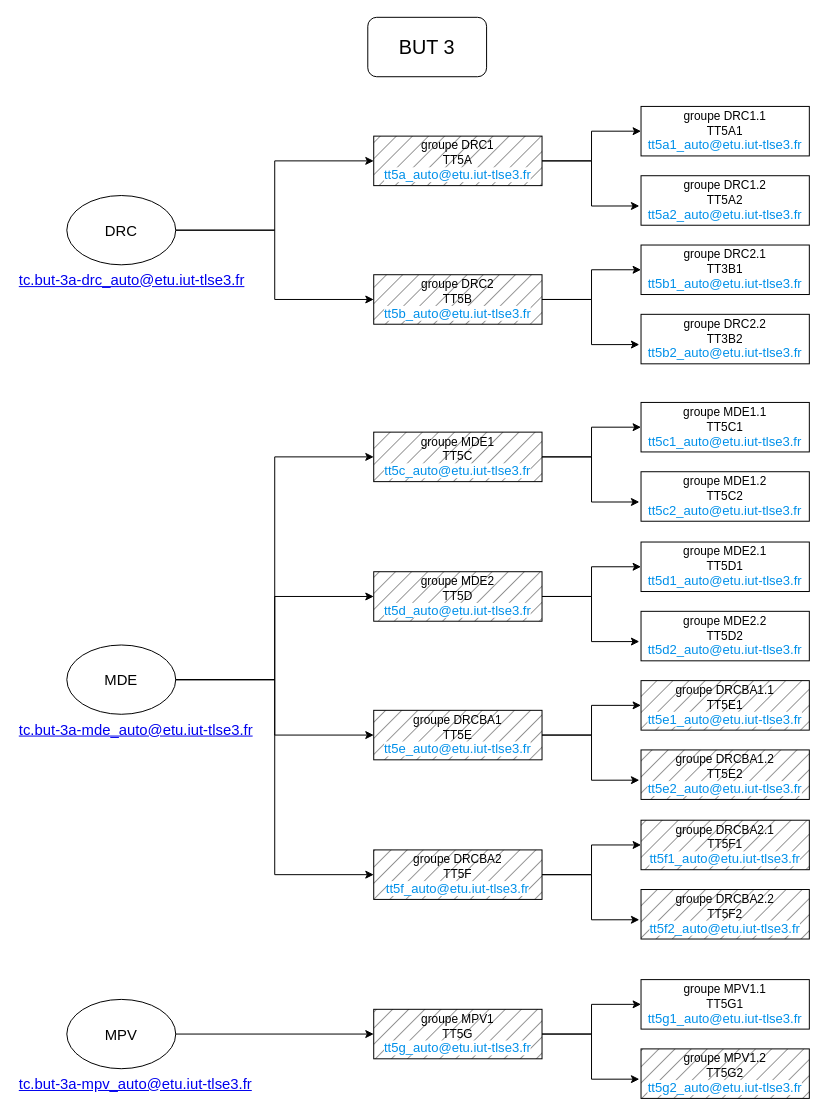
Before: BUT3.drawio in gI7DUmmY/diagrams, a draw.io diagram. Source tidied: cells renumbered, new cells numbered last; positions are measured from the earlier drawing's top-left corner, leaving out a move shared by most shapes. Both pictures are drawn from the tidied source at 99%, with x=0, y=0 at pixel (17, 17).
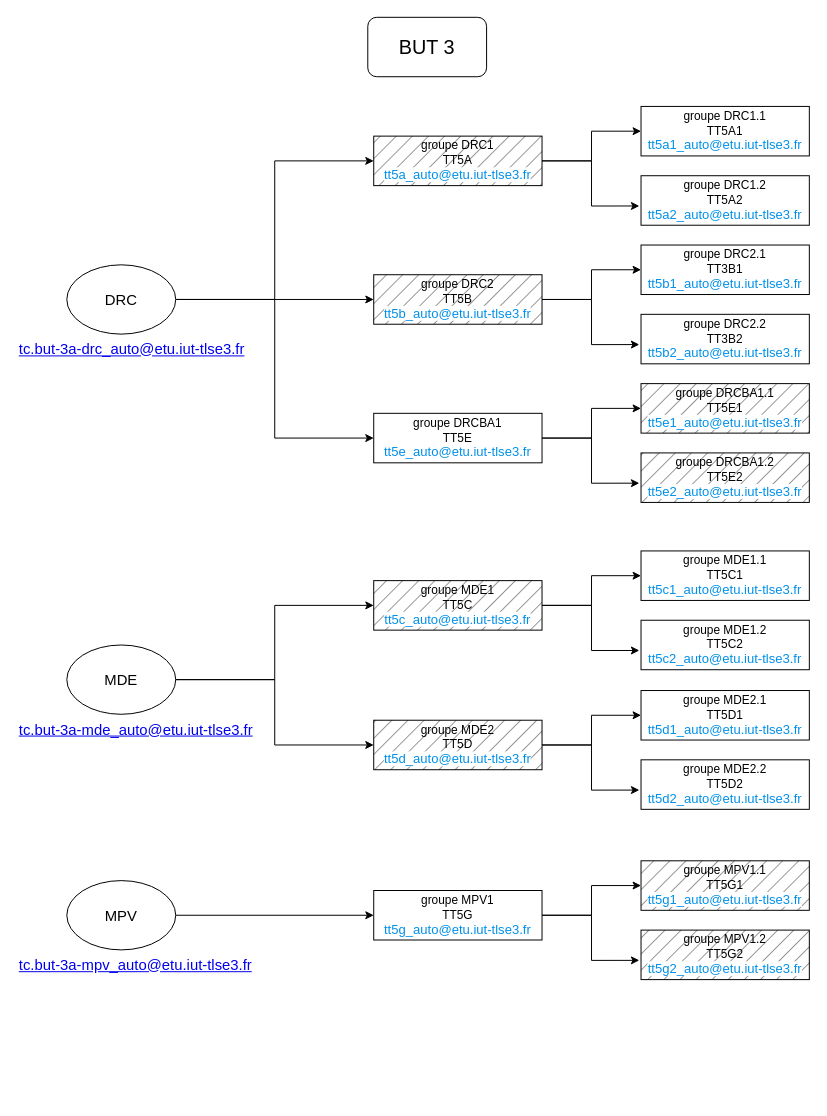
After the change.

Commit message (it also covers changes not shown here):
Mettre à jour BUT3.drawio

The change refers to these unchanged cells:
```xml
<mxCell id="8" value="MDE" style="ellipse;whiteSpace=wrap;html=1;fontSize=15;" parent="1" vertex="1">
  <mxGeometry x="50" y="634" width="110" height="70" as="geometry" />
</mxCell>
```

Diff of the diagram source:
```diff
@@
+    <mxCell id="51" style="edgeStyle=orthogonalEdgeStyle;rounded=0;jettySize=auto;html=1;exitX=1;exitY=0.5;exitDx=0;exitDy=0;entryX=0;entryY=0.5;entryDx=0;entryDy=0;" parent="1" edge="1" source="5" target="42">
+      <mxGeometry relative="1" as="geometry" />
+    </mxCell>
     <mxCell id="5" value="DRC" style="ellipse;whiteSpace=wrap;html=1;fontSize=15;" parent="1" vertex="1">
-      <mxGeometry x="50" y="180" width="110" height="70" as="geometry" />
+      <mxGeometry x="50" y="250" width="110" height="70" as="geometry" />
     </mxCell>
@@
-    <mxCell id="7" style="edgeStyle=orthogonalEdgeStyle;rounded=0;jettySize=auto;html=1;exitX=1;exitY=0.5;exitDx=0;exitDy=0;entryX=0;entryY=0.5;entryDx=0;entryDy=0;" parent="1" edge="1" source="8" target="47">
-      <mxGeometry relative="1" as="geometry" />
-    </mxCell>
@@
     <mxCell id="10" value="MPV" style="ellipse;whiteSpace=wrap;html=1;fontSize=15;" parent="1" vertex="1">
-      <mxGeometry x="50" y="992" width="110" height="70" as="geometry" />
+      <mxGeometry x="50" y="872" width="110" height="70" as="geometry" />
     </mxCell>
     <mxCell id="11" value="&lt;a href=&quot;mailto:tc.but-3a-drc_auto@etu.iut-tlse3.fr&quot;&gt;tc.but-3a-drc_auto@etu.iut-tlse3.fr&lt;/a&gt;" style="text;html=1;strokeColor=none;fillColor=none;align=left;verticalAlign=middle;whiteSpace=wrap;rounded=0;fontSize=15;fontColor=#055AB2;" parent="1" vertex="1">
-      <mxGeometry y="250" width="240" height="30" as="geometry" />
+      <mxGeometry y="320" width="240" height="30" as="geometry" />
     </mxCell>
     <mxCell id="12" value="&lt;a href=&quot;mailto:tc.but-3a-mpv_auto@etu.iut-tlse3.fr&quot;&gt;tc.but-3a-mpv_auto@etu.iut-tlse3.fr&lt;/a&gt;" style="text;html=1;strokeColor=none;fillColor=none;align=left;verticalAlign=middle;whiteSpace=wrap;rounded=0;fontSize=15;fontColor=#055AB2;" parent="1" vertex="1">
-      <mxGeometry y="1062" width="250" height="30" as="geometry" />
+      <mxGeometry y="942" width="250" height="30" as="geometry" />
     </mxCell>
@@
     <mxCell id="25" value="groupe MDE1&lt;br style=&quot;border-color: var(--border-color);&quot;&gt;TT5C&lt;br style=&quot;border-color: var(--border-color);&quot;&gt;&lt;a style=&quot;border: 0px; box-sizing: inherit; font-family: Raleway, sans-serif; font-size: 1.1em; background-color: rgb(255, 255, 255); line-height: inherit; color: rgb(0, 144, 233); text-decoration-line: none; cursor: pointer; margin: 0px; padding: 0px; text-size-adjust: 100%; font-variant-numeric: inherit; font-variant-east-asian: inherit; font-variant-alternates: inherit; font-variant-position: inherit; font-stretch: inherit; font-optical-sizing: inherit; font-kerning: inherit; font-feature-settings: inherit; font-variation-settings: inherit; vertical-align: baseline; transition: background-color 300ms ease-out; -webkit-tap-highlight-color: rgba(0, 0, 0, 0); text-align: left;&quot; href=&quot;mailto:tt5c_auto@etu.iut-tlse3.fr&quot;&gt;tt5c_auto@etu.iut-tlse3.fr&lt;/a&gt;" style="rounded=0;whiteSpace=wrap;html=1;fillStyle=hatch;fillColor=#747474;" parent="1" vertex="1">
-      <mxGeometry x="360" y="419" width="170" height="50" as="geometry" />
+      <mxGeometry x="360" y="569" width="170" height="50" as="geometry" />
     </mxCell>
     <mxCell id="26" value="groupe MDE1.1&lt;br style=&quot;border-color: var(--border-color);&quot;&gt;TT5C1&lt;br style=&quot;border-color: var(--border-color);&quot;&gt;&lt;a href=&quot;mailto:tt5c1_auto@etu.iut-tlse3.fr&quot; style=&quot;box-sizing: inherit; font-family: Raleway, sans-serif; font-size: 1.1em; background-color: rgb(255, 255, 255); line-height: inherit; color: rgb(0, 144, 233); text-decoration-line: none; cursor: pointer; margin: 0px; padding: 0px; border: 0px; text-size-adjust: 100%; font-variant-numeric: inherit; font-variant-east-asian: inherit; font-variant-alternates: inherit; font-variant-position: inherit; font-stretch: inherit; font-optical-sizing: inherit; font-kerning: inherit; font-feature-settings: inherit; font-variation-settings: inherit; vertical-align: baseline; transition: background-color 300ms ease-out; -webkit-tap-highlight-color: rgba(0, 0, 0, 0); text-align: left;&quot;&gt;tt5c1_auto@etu.iut-tlse3.fr&lt;/a&gt;" style="rounded=0;whiteSpace=wrap;html=1;" parent="1" vertex="1">
-      <mxGeometry x="630" y="389" width="170" height="50" as="geometry" />
+      <mxGeometry x="630" y="539" width="170" height="50" as="geometry" />
     </mxCell>
     <mxCell id="27" value="groupe MDE1.2&lt;br style=&quot;border-color: var(--border-color);&quot;&gt;TT5C2&lt;br style=&quot;border-color: var(--border-color);&quot;&gt;&lt;a style=&quot;box-sizing: inherit; font-family: Raleway, sans-serif; font-size: 1.1em; background-color: rgb(255, 255, 255); line-height: inherit; color: rgb(0, 144, 233); text-decoration-line: none; cursor: pointer; margin: 0px; padding: 0px; border: 0px; text-size-adjust: 100%; font-variant-numeric: inherit; font-variant-east-asian: inherit; font-variant-alternates: inherit; font-variant-position: inherit; font-stretch: inherit; font-optical-sizing: inherit; font-kerning: inherit; font-feature-settings: inherit; font-variation-settings: inherit; vertical-align: baseline; transition: background-color 300ms ease-out; -webkit-tap-highlight-color: rgba(0, 0, 0, 0); text-align: left;&quot; href=&quot;mailto:tt5c2_auto@etu.iut-tlse3.fr&quot;&gt;tt5c2_auto@etu.iut-tlse3.fr&lt;/a&gt;" style="rounded=0;whiteSpace=wrap;html=1;" parent="1" vertex="1">
-      <mxGeometry x="630" y="459" width="170" height="50" as="geometry" />
+      <mxGeometry x="630" y="609" width="170" height="50" as="geometry" />
     </mxCell>
@@
-    <mxCell id="30" value="groupe MPV1&lt;br style=&quot;border-color: var(--border-color);&quot;&gt;TT5G&lt;br style=&quot;border-color: var(--border-color);&quot;&gt;&lt;a href=&quot;mailto:tt5g_auto@etu.iut-tlse3.fr&quot; style=&quot;border: 0px; box-sizing: inherit; font-family: Raleway, sans-serif; font-size: 1.1em; background-color: rgb(255, 255, 255); line-height: inherit; color: rgb(0, 144, 233); text-decoration-line: none; cursor: pointer; margin: 0px; padding: 0px; text-size-adjust: 100%; font-variant-numeric: inherit; font-variant-east-asian: inherit; font-variant-alternates: inherit; font-variant-position: inherit; font-stretch: inherit; font-optical-sizing: inherit; font-kerning: inherit; font-feature-settings: inherit; font-variation-settings: inherit; vertical-align: baseline; transition: background-color 300ms ease-out 0s; -webkit-tap-highlight-color: rgba(0, 0, 0, 0); text-align: left;&quot;&gt;tt5g_auto@etu.iut-tlse3.fr&lt;/a&gt;" style="rounded=0;whiteSpace=wrap;html=1;fillStyle=hatch;fillColor=#747474;" parent="1" vertex="1">
-      <mxGeometry x="360" y="1002" width="170" height="50" as="geometry" />
+    <mxCell id="30" value="groupe MPV1&lt;br style=&quot;border-color: var(--border-color);&quot;&gt;TT5G&lt;br style=&quot;border-color: var(--border-color);&quot;&gt;&lt;a href=&quot;mailto:tt5g_auto@etu.iut-tlse3.fr&quot; style=&quot;border: 0px; box-sizing: inherit; font-family: Raleway, sans-serif; font-size: 1.1em; background-color: rgb(255, 255, 255); line-height: inherit; color: rgb(0, 144, 233); text-decoration-line: none; cursor: pointer; margin: 0px; padding: 0px; text-size-adjust: 100%; font-variant-numeric: inherit; font-variant-east-asian: inherit; font-variant-alternates: inherit; font-variant-position: inherit; font-stretch: inherit; font-optical-sizing: inherit; font-kerning: inherit; font-feature-settings: inherit; font-variation-settings: inherit; vertical-align: baseline; transition: background-color 300ms ease-out 0s; -webkit-tap-highlight-color: rgba(0, 0, 0, 0); text-align: left;&quot;&gt;tt5g_auto@etu.iut-tlse3.fr&lt;/a&gt;" style="rounded=0;whiteSpace=wrap;html=1;fillStyle=hatch;fillColor=none;" parent="1" vertex="1">
+      <mxGeometry x="360" y="882" width="170" height="50" as="geometry" />
     </mxCell>
-    <mxCell id="31" value="groupe MPV1.1&lt;br style=&quot;border-color: var(--border-color);&quot;&gt;TT5G1&lt;br style=&quot;border-color: var(--border-color);&quot;&gt;&lt;a style=&quot;box-sizing: inherit; font-family: Raleway, sans-serif; font-size: 1.1em; background-color: rgb(255, 255, 255); line-height: inherit; color: rgb(0, 144, 233); text-decoration-line: none; cursor: pointer; margin: 0px; padding: 0px; border: 0px; text-size-adjust: 100%; font-variant-numeric: inherit; font-variant-east-asian: inherit; font-variant-alternates: inherit; font-variant-position: inherit; font-stretch: inherit; font-optical-sizing: inherit; font-kerning: inherit; font-feature-settings: inherit; font-variation-settings: inherit; vertical-align: baseline; transition: background-color 300ms ease-out 0s; -webkit-tap-highlight-color: rgba(0, 0, 0, 0); text-align: left;&quot; href=&quot;mailto:tt5g1_auto@etu.iut-tlse3.fr&quot;&gt;tt5g1_auto@etu.iut-tlse3.fr&lt;/a&gt;" style="rounded=0;whiteSpace=wrap;html=1;" parent="1" vertex="1">
-      <mxGeometry x="630" y="972" width="170" height="50" as="geometry" />
+    <mxCell id="31" value="groupe MPV1.1&lt;br style=&quot;border-color: var(--border-color);&quot;&gt;TT5G1&lt;br style=&quot;border-color: var(--border-color);&quot;&gt;&lt;a style=&quot;box-sizing: inherit; font-family: Raleway, sans-serif; font-size: 1.1em; background-color: rgb(255, 255, 255); line-height: inherit; color: rgb(0, 144, 233); text-decoration-line: none; cursor: pointer; margin: 0px; padding: 0px; border: 0px; text-size-adjust: 100%; font-variant-numeric: inherit; font-variant-east-asian: inherit; font-variant-alternates: inherit; font-variant-position: inherit; font-stretch: inherit; font-optical-sizing: inherit; font-kerning: inherit; font-feature-settings: inherit; font-variation-settings: inherit; vertical-align: baseline; transition: background-color 300ms ease-out 0s; -webkit-tap-highlight-color: rgba(0, 0, 0, 0); text-align: left;&quot; href=&quot;mailto:tt5g1_auto@etu.iut-tlse3.fr&quot;&gt;tt5g1_auto@etu.iut-tlse3.fr&lt;/a&gt;" style="rounded=0;whiteSpace=wrap;html=1;fillStyle=hatch;fillColor=#747474;" parent="1" vertex="1">
+      <mxGeometry x="630" y="852" width="170" height="50" as="geometry" />
     </mxCell>
     <mxCell id="32" value="groupe MPV1.2&lt;br style=&quot;border-color: var(--border-color);&quot;&gt;TT5G2&lt;br style=&quot;border-color: var(--border-color);&quot;&gt;&lt;a href=&quot;mailto:tt5g2_auto@etu.iut-tlse3.fr&quot; style=&quot;box-sizing: inherit; font-family: Raleway, sans-serif; font-size: 1.1em; background-color: rgb(255, 255, 255); line-height: inherit; color: rgb(0, 144, 233); text-decoration-line: none; cursor: pointer; margin: 0px; padding: 0px; border: 0px; text-size-adjust: 100%; font-variant-numeric: inherit; font-variant-east-asian: inherit; font-variant-alternates: inherit; font-variant-position: inherit; font-stretch: inherit; font-optical-sizing: inherit; font-kerning: inherit; font-feature-settings: inherit; font-variation-settings: inherit; vertical-align: baseline; transition: background-color 300ms ease-out 0s; -webkit-tap-highlight-color: rgba(0, 0, 0, 0); text-align: left;&quot;&gt;tt5g2_auto@etu.iut-tlse3.fr&lt;/a&gt;" style="rounded=0;whiteSpace=wrap;html=1;fillStyle=hatch;fillColor=#747474;" parent="1" vertex="1">
-      <mxGeometry x="630" y="1042" width="170" height="50" as="geometry" />
+      <mxGeometry x="630" y="922" width="170" height="50" as="geometry" />
     </mxCell>
@@
     <mxCell id="36" value="groupe MDE2&lt;br style=&quot;border-color: var(--border-color);&quot;&gt;TT5D&lt;br style=&quot;border-color: var(--border-color);&quot;&gt;&lt;a href=&quot;mailto:tt5d_auto@etu.iut-tlse3.fr&quot; style=&quot;border: 0px; box-sizing: inherit; font-family: Raleway, sans-serif; font-size: 1.1em; background-color: rgb(255, 255, 255); line-height: inherit; color: rgb(0, 144, 233); text-decoration-line: none; cursor: pointer; margin: 0px; padding: 0px; text-size-adjust: 100%; font-variant-numeric: inherit; font-variant-east-asian: inherit; font-variant-alternates: inherit; font-variant-position: inherit; font-stretch: inherit; font-optical-sizing: inherit; font-kerning: inherit; font-feature-settings: inherit; font-variation-settings: inherit; vertical-align: baseline; transition: background-color 300ms ease-out; -webkit-tap-highlight-color: rgba(0, 0, 0, 0); text-align: left;&quot;&gt;tt5d_auto@etu.iut-tlse3.fr&lt;/a&gt;" style="rounded=0;whiteSpace=wrap;html=1;fillStyle=hatch;fillColor=#747474;" parent="1" vertex="1">
-      <mxGeometry x="360" y="560" width="170" height="50" as="geometry" />
+      <mxGeometry x="360" y="710" width="170" height="50" as="geometry" />
     </mxCell>
     <mxCell id="37" value="groupe MDE2.1&lt;br style=&quot;border-color: var(--border-color);&quot;&gt;TT5D1&lt;br style=&quot;border-color: var(--border-color);&quot;&gt;&lt;a style=&quot;box-sizing: inherit; font-family: Raleway, sans-serif; font-size: 1.1em; background-color: rgb(255, 255, 255); line-height: inherit; color: rgb(0, 144, 233); text-decoration-line: none; cursor: pointer; margin: 0px; padding: 0px; border: 0px; text-size-adjust: 100%; font-variant-numeric: inherit; font-variant-east-asian: inherit; font-variant-alternates: inherit; font-variant-position: inherit; font-stretch: inherit; font-optical-sizing: inherit; font-kerning: inherit; font-feature-settings: inherit; font-variation-settings: inherit; vertical-align: baseline; transition: background-color 300ms ease-out; -webkit-tap-highlight-color: rgba(0, 0, 0, 0); text-align: left;&quot; href=&quot;mailto:tt5d1_auto@etu.iut-tlse3.fr&quot;&gt;tt5d1_auto@etu.iut-tlse3.fr&lt;/a&gt;" style="rounded=0;whiteSpace=wrap;html=1;" parent="1" vertex="1">
-      <mxGeometry x="630" y="530" width="170" height="50" as="geometry" />
+      <mxGeometry x="630" y="680" width="170" height="50" as="geometry" />
     </mxCell>
     <mxCell id="38" value="groupe MDE2.2&lt;br style=&quot;border-color: var(--border-color);&quot;&gt;TT5D2&lt;br style=&quot;border-color: var(--border-color);&quot;&gt;&lt;a href=&quot;mailto:tt5d2_auto@etu.iut-tlse3.fr&quot; style=&quot;box-sizing: inherit; font-family: Raleway, sans-serif; font-size: 1.1em; background-color: rgb(255, 255, 255); line-height: inherit; color: rgb(0, 144, 233); text-decoration-line: none; cursor: pointer; margin: 0px; padding: 0px; border: 0px; text-size-adjust: 100%; font-variant-numeric: inherit; font-variant-east-asian: inherit; font-variant-alternates: inherit; font-variant-position: inherit; font-stretch: inherit; font-optical-sizing: inherit; font-kerning: inherit; font-feature-settings: inherit; font-variation-settings: inherit; vertical-align: baseline; transition: background-color 300ms ease-out; -webkit-tap-highlight-color: rgba(0, 0, 0, 0); text-align: left;&quot;&gt;tt5d2_auto@etu.iut-tlse3.fr&lt;/a&gt;" style="rounded=0;whiteSpace=wrap;html=1;" parent="1" vertex="1">
-      <mxGeometry x="630" y="600" width="170" height="50" as="geometry" />
+      <mxGeometry x="630" y="750" width="170" height="50" as="geometry" />
     </mxCell>
@@
-    <mxCell id="40" style="edgeStyle=orthogonalEdgeStyle;rounded=0;jettySize=auto;html=1;exitX=1;exitY=0.5;exitDx=0;exitDy=0;entryX=0;entryY=0.5;entryDx=0;entryDy=0;" parent="1" edge="1" source="8" target="42">
-      <mxGeometry relative="1" as="geometry" />
-    </mxCell>
@@
-    <mxCell id="42" value="groupe DRCBA1&lt;br style=&quot;border-color: var(--border-color);&quot;&gt;TT5E&lt;br style=&quot;border-color: var(--border-color);&quot;&gt;&lt;a href=&quot;mailto:tt5e_auto@etu.iut-tlse3.fr&quot; style=&quot;border: 0px; box-sizing: inherit; font-family: Raleway, sans-serif; font-size: 1.1em; background-color: rgb(255, 255, 255); line-height: inherit; color: rgb(0, 144, 233); text-decoration-line: none; cursor: pointer; margin: 0px; padding: 0px; text-size-adjust: 100%; font-variant-numeric: inherit; font-variant-east-asian: inherit; font-variant-alternates: inherit; font-variant-position: inherit; font-stretch: inherit; font-optical-sizing: inherit; font-kerning: inherit; font-feature-settings: inherit; font-variation-settings: inherit; vertical-align: baseline; transition: background-color 300ms ease-out 0s; -webkit-tap-highlight-color: rgba(0, 0, 0, 0); text-align: left;&quot;&gt;tt5e_auto@etu.iut-tlse3.fr&lt;/a&gt;" style="rounded=0;whiteSpace=wrap;html=1;fillStyle=hatch;fillColor=#747474;" parent="1" vertex="1">
-      <mxGeometry x="360" y="700" width="170" height="50" as="geometry" />
+    <mxCell id="42" value="groupe DRCBA1&lt;br style=&quot;border-color: var(--border-color);&quot;&gt;TT5E&lt;br style=&quot;border-color: var(--border-color);&quot;&gt;&lt;a href=&quot;mailto:tt5e_auto@etu.iut-tlse3.fr&quot; style=&quot;border: 0px; box-sizing: inherit; font-family: Raleway, sans-serif; font-size: 1.1em; background-color: rgb(255, 255, 255); line-height: inherit; color: rgb(0, 144, 233); text-decoration-line: none; cursor: pointer; margin: 0px; padding: 0px; text-size-adjust: 100%; font-variant-numeric: inherit; font-variant-east-asian: inherit; font-variant-alternates: inherit; font-variant-position: inherit; font-stretch: inherit; font-optical-sizing: inherit; font-kerning: inherit; font-feature-settings: inherit; font-variation-settings: inherit; vertical-align: baseline; transition: background-color 300ms ease-out 0s; -webkit-tap-highlight-color: rgba(0, 0, 0, 0); text-align: left;&quot;&gt;tt5e_auto@etu.iut-tlse3.fr&lt;/a&gt;" style="rounded=0;whiteSpace=wrap;html=1;fillStyle=hatch;fillColor=none;" parent="1" vertex="1">
+      <mxGeometry x="360" y="400" width="170" height="50" as="geometry" />
     </mxCell>
     <mxCell id="43" value="groupe DRCBA1.1&lt;br style=&quot;border-color: var(--border-color);&quot;&gt;TT5E1&lt;br style=&quot;border-color: var(--border-color);&quot;&gt;&lt;a style=&quot;box-sizing: inherit; font-family: Raleway, sans-serif; font-size: 1.1em; background-color: rgb(255, 255, 255); line-height: inherit; color: rgb(0, 144, 233); text-decoration-line: none; cursor: pointer; margin: 0px; padding: 0px; border: 0px; text-size-adjust: 100%; font-variant-numeric: inherit; font-variant-east-asian: inherit; font-variant-alternates: inherit; font-variant-position: inherit; font-stretch: inherit; font-optical-sizing: inherit; font-kerning: inherit; font-feature-settings: inherit; font-variation-settings: inherit; vertical-align: baseline; transition: background-color 300ms ease-out 0s; -webkit-tap-highlight-color: rgba(0, 0, 0, 0); text-align: left;&quot; href=&quot;mailto:tt5e1_auto@etu.iut-tlse3.fr&quot;&gt;tt5e1_auto@etu.iut-tlse3.fr&lt;/a&gt;" style="rounded=0;whiteSpace=wrap;html=1;fillStyle=hatch;fillColor=#747474;" parent="1" vertex="1">
-      <mxGeometry x="630" y="670" width="170" height="50" as="geometry" />
+      <mxGeometry x="630" y="370" width="170" height="50" as="geometry" />
     </mxCell>
     <mxCell id="44" value="groupe DRCBA1.2&lt;br style=&quot;border-color: var(--border-color);&quot;&gt;TT5E2&lt;br style=&quot;border-color: var(--border-color);&quot;&gt;&lt;a href=&quot;mailto:tt5e2_auto@etu.iut-tlse3.fr&quot; style=&quot;box-sizing: inherit; font-family: Raleway, sans-serif; font-size: 1.1em; background-color: rgb(255, 255, 255); line-height: inherit; color: rgb(0, 144, 233); text-decoration-line: none; cursor: pointer; margin: 0px; padding: 0px; border: 0px; text-size-adjust: 100%; font-variant-numeric: inherit; font-variant-east-asian: inherit; font-variant-alternates: inherit; font-variant-position: inherit; font-stretch: inherit; font-optical-sizing: inherit; font-kerning: inherit; font-feature-settings: inherit; font-variation-settings: inherit; vertical-align: baseline; transition: background-color 300ms ease-out 0s; -webkit-tap-highlight-color: rgba(0, 0, 0, 0); text-align: left;&quot;&gt;tt5e2_auto@etu.iut-tlse3.fr&lt;/a&gt;" style="rounded=0;whiteSpace=wrap;html=1;fillStyle=hatch;fillColor=#747474;" parent="1" vertex="1">
-      <mxGeometry x="630" y="740" width="170" height="50" as="geometry" />
+      <mxGeometry x="630" y="440" width="170" height="50" as="geometry" />
     </mxCell>
@@
-    <mxCell id="46" style="edgeStyle=orthogonalEdgeStyle;rounded=0;jettySize=auto;html=1;exitX=1;exitY=0.5;exitDx=0;exitDy=0;entryX=0;entryY=0.5;entryDx=0;entryDy=0;" parent="1" edge="1" source="47" target="48">
-      <mxGeometry relative="1" as="geometry" />
-    </mxCell>
-    <mxCell id="47" value="groupe DRCBA2&lt;br style=&quot;border-color: var(--border-color);&quot;&gt;TT5F&lt;br style=&quot;border-color: var(--border-color);&quot;&gt;&lt;a href=&quot;mailto:tt5f_auto@etu.iut-tlse3.fr&quot; style=&quot;border: 0px; box-sizing: inherit; font-family: Raleway, sans-serif; font-size: 1.1em; background-color: rgb(255, 255, 255); line-height: inherit; color: rgb(0, 144, 233); text-decoration-line: none; cursor: pointer; margin: 0px; padding: 0px; text-size-adjust: 100%; font-variant-numeric: inherit; font-variant-east-asian: inherit; font-variant-alternates: inherit; font-variant-position: inherit; font-stretch: inherit; font-optical-sizing: inherit; font-kerning: inherit; font-feature-settings: inherit; font-variation-settings: inherit; vertical-align: baseline; transition: background-color 300ms ease-out 0s; -webkit-tap-highlight-color: rgba(0, 0, 0, 0); text-align: left;&quot;&gt;tt5f_auto@etu.iut-tlse3.fr&lt;/a&gt;" style="rounded=0;whiteSpace=wrap;html=1;fillStyle=hatch;fillColor=#747474;" parent="1" vertex="1">
-      <mxGeometry x="360" y="841" width="170" height="50" as="geometry" />
-    </mxCell>
-    <mxCell id="48" value="groupe DRCBA2.1&lt;br style=&quot;border-color: var(--border-color);&quot;&gt;TT5F1&lt;br style=&quot;border-color: var(--border-color);&quot;&gt;&lt;a style=&quot;box-sizing: inherit; font-family: Raleway, sans-serif; font-size: 1.1em; background-color: rgb(255, 255, 255); line-height: inherit; color: rgb(0, 144, 233); text-decoration-line: none; cursor: pointer; margin: 0px; padding: 0px; border: 0px; text-size-adjust: 100%; font-variant-numeric: inherit; font-variant-east-asian: inherit; font-variant-alternates: inherit; font-variant-position: inherit; font-stretch: inherit; font-optical-sizing: inherit; font-kerning: inherit; font-feature-settings: inherit; font-variation-settings: inherit; vertical-align: baseline; transition: background-color 300ms ease-out 0s; -webkit-tap-highlight-color: rgba(0, 0, 0, 0); text-align: left;&quot; href=&quot;mailto:tt5f1_auto@etu.iut-tlse3.fr&quot;&gt;tt5f1_auto@etu.iut-tlse3.fr&lt;/a&gt;" style="rounded=0;whiteSpace=wrap;html=1;fillStyle=hatch;fillColor=#747474;" parent="1" vertex="1">
-      <mxGeometry x="630" y="811" width="170" height="50" as="geometry" />
-    </mxCell>
-    <mxCell id="49" value="groupe DRCBA2.2&lt;br style=&quot;border-color: var(--border-color);&quot;&gt;TT5F2&lt;br style=&quot;border-color: var(--border-color);&quot;&gt;&lt;a href=&quot;mailto:tt5f2_auto@etu.iut-tlse3.fr&quot; style=&quot;box-sizing: inherit; font-family: Raleway, sans-serif; font-size: 1.1em; background-color: rgb(255, 255, 255); line-height: inherit; color: rgb(0, 144, 233); text-decoration-line: none; cursor: pointer; margin: 0px; padding: 0px; border: 0px; text-size-adjust: 100%; font-variant-numeric: inherit; font-variant-east-asian: inherit; font-variant-alternates: inherit; font-variant-position: inherit; font-stretch: inherit; font-optical-sizing: inherit; font-kerning: inherit; font-feature-settings: inherit; font-variation-settings: inherit; vertical-align: baseline; transition: background-color 300ms ease-out 0s; -webkit-tap-highlight-color: rgba(0, 0, 0, 0); text-align: left;&quot;&gt;tt5f2_auto@etu.iut-tlse3.fr&lt;/a&gt;" style="rounded=0;whiteSpace=wrap;html=1;fillStyle=hatch;fillColor=#747474;" parent="1" vertex="1">
-      <mxGeometry x="630" y="881" width="170" height="50" as="geometry" />
-    </mxCell>
-    <mxCell id="50" style="edgeStyle=orthogonalEdgeStyle;rounded=0;jettySize=auto;html=1;exitX=1;exitY=0.5;exitDx=0;exitDy=0;entryX=-0.01;entryY=0.611;entryDx=0;entryDy=0;entryPerimeter=0;" parent="1" edge="1" source="47" target="49">
-      <mxGeometry relative="1" as="geometry" />
-    </mxCell>
```
